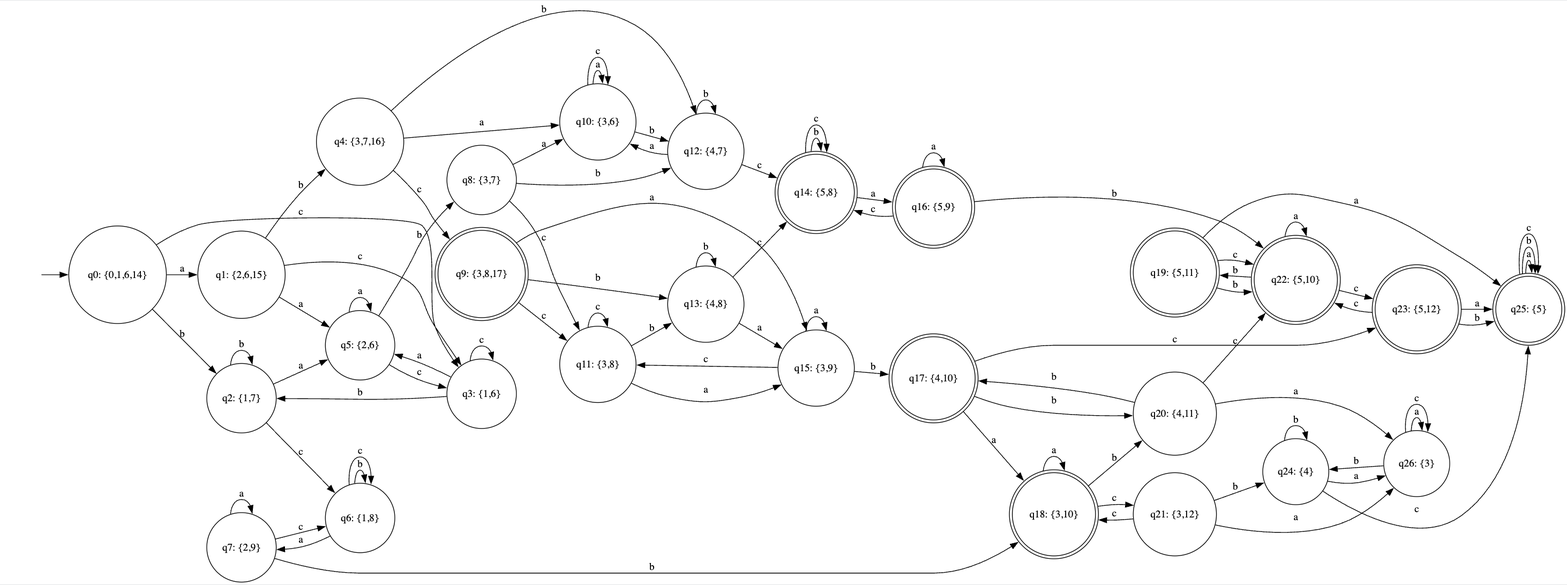
Prrromanssss/formal-languages-labs keeps this Graphviz diagram as lab2/img/dfa.png. Above is the earlier version. Its source is kept beside it as lab2/dot/dfa.dot. The source it was exported from:
```dot
digraph DFA {
    rankdir=LR;
    node [shape = doublecircle]; q25 q18 q17 q14 q16 q22 q19 q23 q9;
    node [shape = circle];
    "" [shape=none,label=""];
    "" -> q0;

    q0 [label="q0: {0,1,6,14}"];
    q26 [label="q26: {3}"];
    q24 [label="q24: {4}"];
    q25 [label="q25: {5}"];
    q3 [label="q3: {1,6}"];
    q2 [label="q2: {1,7}"];
    q6 [label="q6: {1,8}"];
    q5 [label="q5: {2,6}"];
    q7 [label="q7: {2,9}"];
    q10 [label="q10: {3,6}"];
    q8 [label="q8: {3,7}"];
    q11 [label="q11: {3,8}"];
    q15 [label="q15: {3,9}"];
    q18 [label="q18: {3,10}"];
    q21 [label="q21: {3,12}"];
    q12 [label="q12: {4,7}"];
    q13 [label="q13: {4,8}"];
    q17 [label="q17: {4,10}"];
    q20 [label="q20: {4,11}"];
    q14 [label="q14: {5,8}"];
    q16 [label="q16: {5,9}"];
    q22 [label="q22: {5,10}"];
    q19 [label="q19: {5,11}"];
    q23 [label="q23: {5,12}"];
    q1 [label="q1: {2,6,15}"];
    q4 [label="q4: {3,7,16}"];
    q9 [label="q9: {3,8,17}"];

    q0 -> q1 [label="a"];
    q0 -> q2 [label="b"];
    q0 -> q3 [label="c"];
    q26 -> q26 [label="a"];
    q26 -> q24 [label="b"];
    q26 -> q26 [label="c"];
    q24 -> q26 [label="a"];
    q24 -> q24 [label="b"];
    q24 -> q25 [label="c"];
    q25 -> q25 [label="a"];
    q25 -> q25 [label="b"];
    q25 -> q25 [label="c"];
    q3 -> q5 [label="a"];
    q3 -> q2 [label="b"];
    q3 -> q3 [label="c"];
    q2 -> q5 [label="a"];
    q2 -> q2 [label="b"];
    q2 -> q6 [label="c"];
    q6 -> q7 [label="a"];
    q6 -> q6 [label="b"];
    q6 -> q6 [label="c"];
    q5 -> q5 [label="a"];
    q5 -> q8 [label="b"];
    q5 -> q3 [label="c"];
    q7 -> q7 [label="a"];
    q7 -> q18 [label="b"];
    q7 -> q6 [label="c"];
    q10 -> q10 [label="a"];
    q10 -> q12 [label="b"];
    q10 -> q10 [label="c"];
    q8 -> q10 [label="a"];
    q8 -> q12 [label="b"];
    q8 -> q11 [label="c"];
    q11 -> q15 [label="a"];
    q11 -> q13 [label="b"];
    q11 -> q11 [label="c"];
    q15 -> q15 [label="a"];
    q15 -> q17 [label="b"];
    q15 -> q11 [label="c"];
    q18 -> q18 [label="a"];
    q18 -> q20 [label="b"];
    q18 -> q21 [label="c"];
    q21 -> q26 [label="a"];
    q21 -> q24 [label="b"];
    q21 -> q18 [label="c"];
    q12 -> q10 [label="a"];
    q12 -> q12 [label="b"];
    q12 -> q14 [label="c"];
    q13 -> q15 [label="a"];
    q13 -> q13 [label="b"];
    q13 -> q14 [label="c"];
    q17 -> q18 [label="a"];
    q17 -> q20 [label="b"];
    q17 -> q23 [label="c"];
    q20 -> q26 [label="a"];
    q20 -> q17 [label="b"];
    q20 -> q22 [label="c"];
    q14 -> q16 [label="a"];
    q14 -> q14 [label="b"];
    q14 -> q14 [label="c"];
    q16 -> q16 [label="a"];
    q16 -> q22 [label="b"];
    q16 -> q14 [label="c"];
    q22 -> q22 [label="a"];
    q22 -> q19 [label="b"];
    q22 -> q23 [label="c"];
    q19 -> q25 [label="a"];
    q19 -> q22 [label="b"];
    q19 -> q22 [label="c"];
    q23 -> q25 [label="a"];
    q23 -> q25 [label="b"];
    q23 -> q22 [label="c"];
    q1 -> q5 [label="a"];
    q1 -> q4 [label="b"];
    q1 -> q3 [label="c"];
    q4 -> q10 [label="a"];
    q4 -> q12 [label="b"];
    q4 -> q9 [label="c"];
    q9 -> q15 [label="a"];
    q9 -> q13 [label="b"];
    q9 -> q11 [label="c"];
}
```
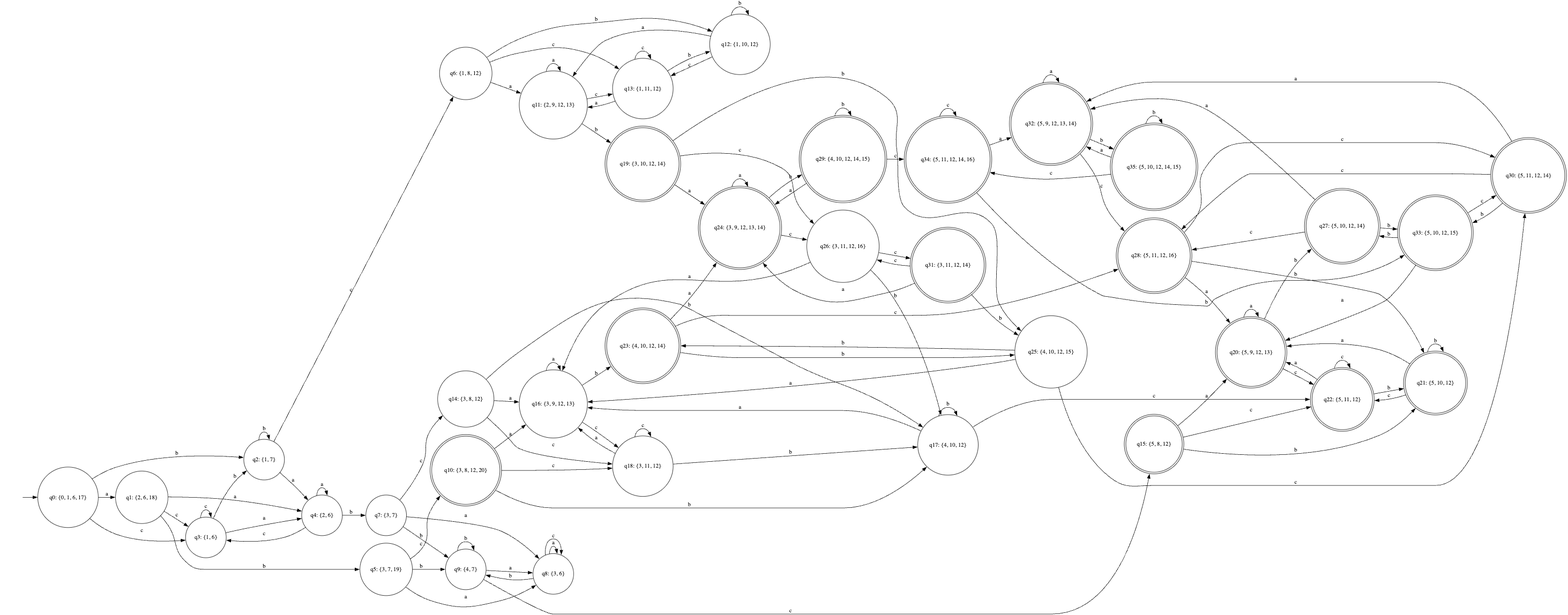
The same file after the commit.

Diff of the diagram source:
```diff
@@ -1,117 +1,189 @@
-digraph DFA {
+digraph DFA_full {
     rankdir=LR;
-    node [shape = doublecircle]; q25 q18 q17 q14 q16 q22 q19 q23 q9;
+    node [shape = doublecircle]; q10 q15 q19 q20 q21 q22 q23 q24 q27 q28 q29 q30 q31 q32 q33 q34 q35;
     node [shape = circle];
-    "" [shape=none,label=""];
+
+    "" [shape=none];
     "" -> q0;
 
-    q0 [label="q0: {0,1,6,14}"];
-    q26 [label="q26: {3}"];
-    q24 [label="q24: {4}"];
-    q25 [label="q25: {5}"];
-    q3 [label="q3: {1,6}"];
-    q2 [label="q2: {1,7}"];
-    q6 [label="q6: {1,8}"];
-    q5 [label="q5: {2,6}"];
-    q7 [label="q7: {2,9}"];
-    q10 [label="q10: {3,6}"];
-    q8 [label="q8: {3,7}"];
-    q11 [label="q11: {3,8}"];
-    q15 [label="q15: {3,9}"];
-    q18 [label="q18: {3,10}"];
-    q21 [label="q21: {3,12}"];
-    q12 [label="q12: {4,7}"];
-    q13 [label="q13: {4,8}"];
-    q17 [label="q17: {4,10}"];
-    q20 [label="q20: {4,11}"];
-    q14 [label="q14: {5,8}"];
-    q16 [label="q16: {5,9}"];
-    q22 [label="q22: {5,10}"];
-    q19 [label="q19: {5,11}"];
-    q23 [label="q23: {5,12}"];
-    q1 [label="q1: {2,6,15}"];
-    q4 [label="q4: {3,7,16}"];
-    q9 [label="q9: {3,8,17}"];
+    q0 [label="q0: {0, 1, 6, 17}"];
+    q1 [label="q1: {2, 6, 18}"];
+    q2 [label="q2: {1, 7}"];
+    q3 [label="q3: {1, 6}"];
+    q4 [label="q4: {2, 6}"];
+    q5 [label="q5: {3, 7, 19}"];
+    q6 [label="q6: {1, 8, 12}"];
+    q7 [label="q7: {3, 7}"];
+    q8 [label="q8: {3, 6}"];
+    q9 [label="q9: {4, 7}"];
+    q10 [label="q10: {3, 8, 12, 20}"];
+    q11 [label="q11: {2, 9, 12, 13}"];
+    q12 [label="q12: {1, 10, 12}"];
+    q13 [label="q13: {1, 11, 12}"];
+    q14 [label="q14: {3, 8, 12}"];
+    q15 [label="q15: {5, 8, 12}"];
+    q16 [label="q16: {3, 9, 12, 13}"];
+    q17 [label="q17: {4, 10, 12}"];
+    q18 [label="q18: {3, 11, 12}"];
+    q19 [label="q19: {3, 10, 12, 14}"];
+    q20 [label="q20: {5, 9, 12, 13}"];
+    q21 [label="q21: {5, 10, 12}"];
+    q22 [label="q22: {5, 11, 12}"];
+    q23 [label="q23: {4, 10, 12, 14}"];
+    q24 [label="q24: {3, 9, 12, 13, 14}"];
+    q25 [label="q25: {4, 10, 12, 15}"];
+    q26 [label="q26: {3, 11, 12, 16}"];
+    q27 [label="q27: {5, 10, 12, 14}"];
+    q28 [label="q28: {5, 11, 12, 16}"];
+    q29 [label="q29: {4, 10, 12, 14, 15}"];
+    q30 [label="q30: {5, 11, 12, 14}"];
+    q31 [label="q31: {3, 11, 12, 14}"];
+    q32 [label="q32: {5, 9, 12, 13, 14}"];
+    q33 [label="q33: {5, 10, 12, 15}"];
+    q34 [label="q34: {5, 11, 12, 14, 16}"];
+    q35 [label="q35: {5, 10, 12, 14, 15}"];
 
     q0 -> q1 [label="a"];
     q0 -> q2 [label="b"];
     q0 -> q3 [label="c"];
-    q26 -> q26 [label="a"];
-    q26 -> q24 [label="b"];
-    q26 -> q26 [label="c"];
-    q24 -> q26 [label="a"];
-    q24 -> q24 [label="b"];
-    q24 -> q25 [label="c"];
-    q25 -> q25 [label="a"];
-    q25 -> q25 [label="b"];
-    q25 -> q25 [label="c"];
-    q3 -> q5 [label="a"];
+
+    q1 -> q4 [label="a"];
+    q1 -> q5 [label="b"];
+    q1 -> q3 [label="c"];
+
+    q2 -> q4 [label="a"];
+    q2 -> q2 [label="b"];
+    q2 -> q6 [label="c"];
+
+    q3 -> q4 [label="a"];
     q3 -> q2 [label="b"];
     q3 -> q3 [label="c"];
-    q2 -> q5 [label="a"];
-    q2 -> q2 [label="b"];
-    q2 -> q6 [label="c"];
-    q6 -> q7 [label="a"];
-    q6 -> q6 [label="b"];
-    q6 -> q6 [label="c"];
-    q5 -> q5 [label="a"];
-    q5 -> q8 [label="b"];
-    q5 -> q3 [label="c"];
-    q7 -> q7 [label="a"];
-    q7 -> q18 [label="b"];
-    q7 -> q6 [label="c"];
-    q10 -> q10 [label="a"];
-    q10 -> q12 [label="b"];
-    q10 -> q10 [label="c"];
-    q8 -> q10 [label="a"];
-    q8 -> q12 [label="b"];
-    q8 -> q11 [label="c"];
-    q11 -> q15 [label="a"];
-    q11 -> q13 [label="b"];
-    q11 -> q11 [label="c"];
-    q15 -> q15 [label="a"];
-    q15 -> q17 [label="b"];
-    q15 -> q11 [label="c"];
-    q18 -> q18 [label="a"];
-    q18 -> q20 [label="b"];
-    q18 -> q21 [label="c"];
-    q21 -> q26 [label="a"];
-    q21 -> q24 [label="b"];
-    q21 -> q18 [label="c"];
-    q12 -> q10 [label="a"];
+
+    q4 -> q4 [label="a"];
+    q4 -> q7 [label="b"];
+    q4 -> q3 [label="c"];
+
+    q5 -> q8 [label="a"];
+    q5 -> q9 [label="b"];
+    q5 -> q10 [label="c"];
+
+    q6 -> q11 [label="a"];
+    q6 -> q12 [label="b"];
+    q6 -> q13 [label="c"];
+
+    q7 -> q8 [label="a"];
+    q7 -> q9 [label="b"];
+    q7 -> q14 [label="c"];
+
+    q8 -> q8 [label="a"];
+    q8 -> q9 [label="b"];
+    q8 -> q8 [label="c"];
+
+    q9 -> q8 [label="a"];
+    q9 -> q9 [label="b"];
+    q9 -> q15 [label="c"];
+
+    q10 -> q16 [label="a"];
+    q10 -> q17 [label="b"];
+    q10 -> q18 [label="c"];
+
+    q11 -> q11 [label="a"];
+    q11 -> q19 [label="b"];
+    q11 -> q13 [label="c"];
+
+    q12 -> q11 [label="a"];
     q12 -> q12 [label="b"];
-    q12 -> q14 [label="c"];
-    q13 -> q15 [label="a"];
-    q13 -> q13 [label="b"];
-    q13 -> q14 [label="c"];
-    q17 -> q18 [label="a"];
-    q17 -> q20 [label="b"];
-    q17 -> q23 [label="c"];
-    q20 -> q26 [label="a"];
-    q20 -> q17 [label="b"];
+    q12 -> q13 [label="c"];
+
+    q13 -> q11 [label="a"];
+    q13 -> q12 [label="b"];
+    q13 -> q13 [label="c"];
+
+    q14 -> q16 [label="a"];
+    q14 -> q17 [label="b"];
+    q14 -> q18 [label="c"];
+
+    q15 -> q20 [label="a"];
+    q15 -> q21 [label="b"];
+    q15 -> q22 [label="c"];
+
+    q16 -> q16 [label="a"];
+    q16 -> q23 [label="b"];
+    q16 -> q18 [label="c"];
+
+    q17 -> q16 [label="a"];
+    q17 -> q17 [label="b"];
+    q17 -> q22 [label="c"];
+
+    q18 -> q16 [label="a"];
+    q18 -> q17 [label="b"];
+    q18 -> q18 [label="c"];
+
+    q19 -> q24 [label="a"];
+    q19 -> q25 [label="b"];
+    q19 -> q26 [label="c"];
+
+    q20 -> q20 [label="a"];
+    q20 -> q27 [label="b"];
     q20 -> q22 [label="c"];
-    q14 -> q16 [label="a"];
-    q14 -> q14 [label="b"];
-    q14 -> q14 [label="c"];
-    q16 -> q16 [label="a"];
-    q16 -> q22 [label="b"];
-    q16 -> q14 [label="c"];
-    q22 -> q22 [label="a"];
-    q22 -> q19 [label="b"];
-    q22 -> q23 [label="c"];
-    q19 -> q25 [label="a"];
-    q19 -> q22 [label="b"];
-    q19 -> q22 [label="c"];
-    q23 -> q25 [label="a"];
+
+    q21 -> q20 [label="a"];
+    q21 -> q21 [label="b"];
+    q21 -> q22 [label="c"];
+
+    q22 -> q20 [label="a"];
+    q22 -> q21 [label="b"];
+    q22 -> q22 [label="c"];
+
+    q23 -> q24 [label="a"];
     q23 -> q25 [label="b"];
-    q23 -> q22 [label="c"];
-    q1 -> q5 [label="a"];
-    q1 -> q4 [label="b"];
-    q1 -> q3 [label="c"];
-    q4 -> q10 [label="a"];
-    q4 -> q12 [label="b"];
-    q4 -> q9 [label="c"];
-    q9 -> q15 [label="a"];
-    q9 -> q13 [label="b"];
-    q9 -> q11 [label="c"];
+    q23 -> q28 [label="c"];
+
+    q24 -> q24 [label="a"];
+    q24 -> q29 [label="b"];
+    q24 -> q26 [label="c"];
+
+    q25 -> q16 [label="a"];
+    q25 -> q23 [label="b"];
+    q25 -> q30 [label="c"];
+
+    q26 -> q16 [label="a"];
+    q26 -> q17 [label="b"];
+    q26 -> q31 [label="c"];
+
+    q27 -> q32 [label="a"];
+    q27 -> q33 [label="b"];
+    q27 -> q28 [label="c"];
+
+    q28 -> q20 [label="a"];
+    q28 -> q21 [label="b"];
+    q28 -> q30 [label="c"];
+
+    q29 -> q24 [label="a"];
+    q29 -> q29 [label="b"];
+    q29 -> q34 [label="c"];
+
+    q30 -> q32 [label="a"];
+    q30 -> q33 [label="b"];
+    q30 -> q28 [label="c"];
+
+    q31 -> q24 [label="a"];
+    q31 -> q25 [label="b"];
+    q31 -> q26 [label="c"];
+
+    q32 -> q32 [label="a"];
+    q32 -> q35 [label="b"];
+    q32 -> q28 [label="c"];
+
+    q33 -> q20 [label="a"];
+    q33 -> q27 [label="b"];
+    q33 -> q30 [label="c"];
+
+    q34 -> q32 [label="a"];
+    q34 -> q33 [label="b"];
+    q34 -> q34 [label="c"];
+
+    q35 -> q32 [label="a"];
+    q35 -> q35 [label="b"];
+    q35 -> q34 [label="c"];
 }
```
